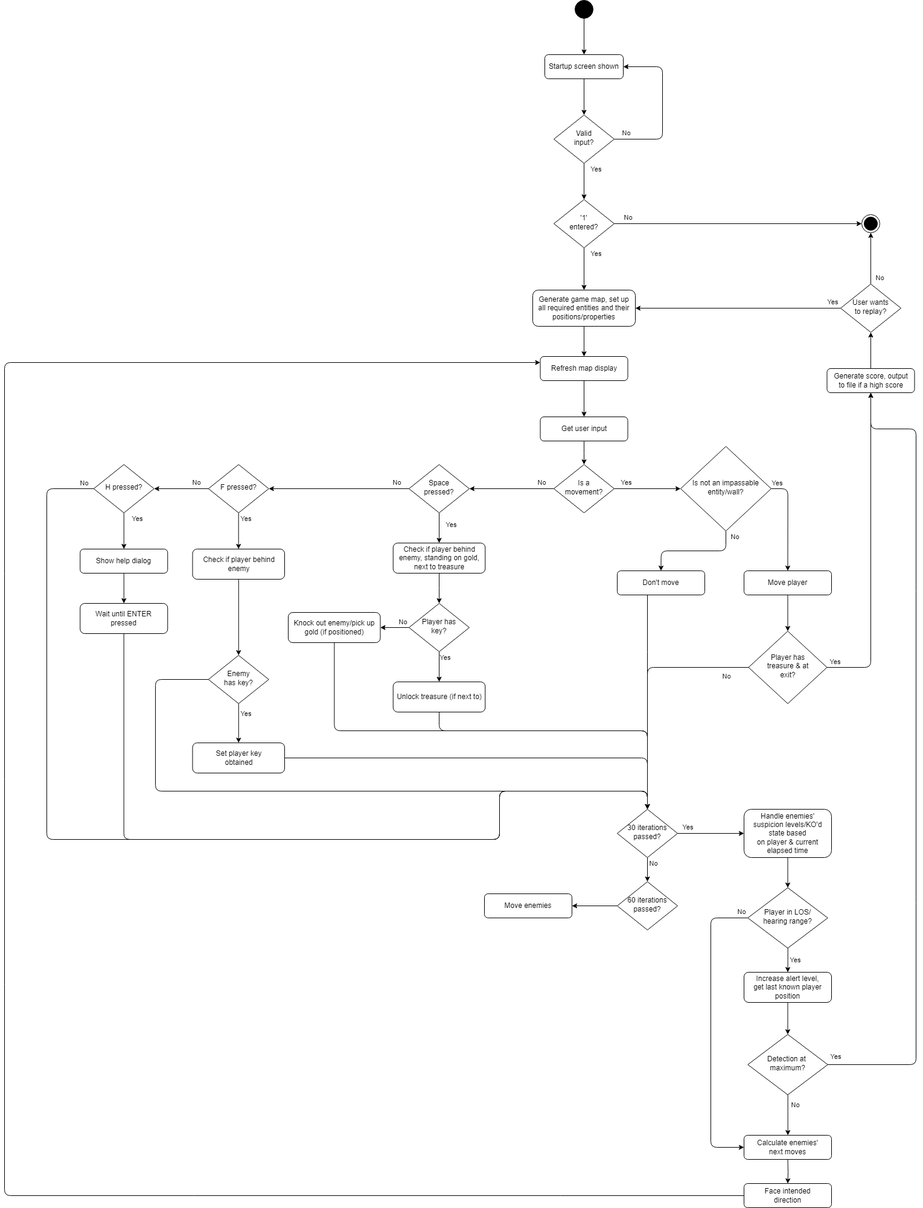
The draw.io diagram media/Flow Chart.png in tcollyer1/cmd-stealth-game, before a commit. Source tidied: cells renumbered, new cells last; positions are measured from the earlier drawing's top-left corner, leaving out a move shared by most shapes.
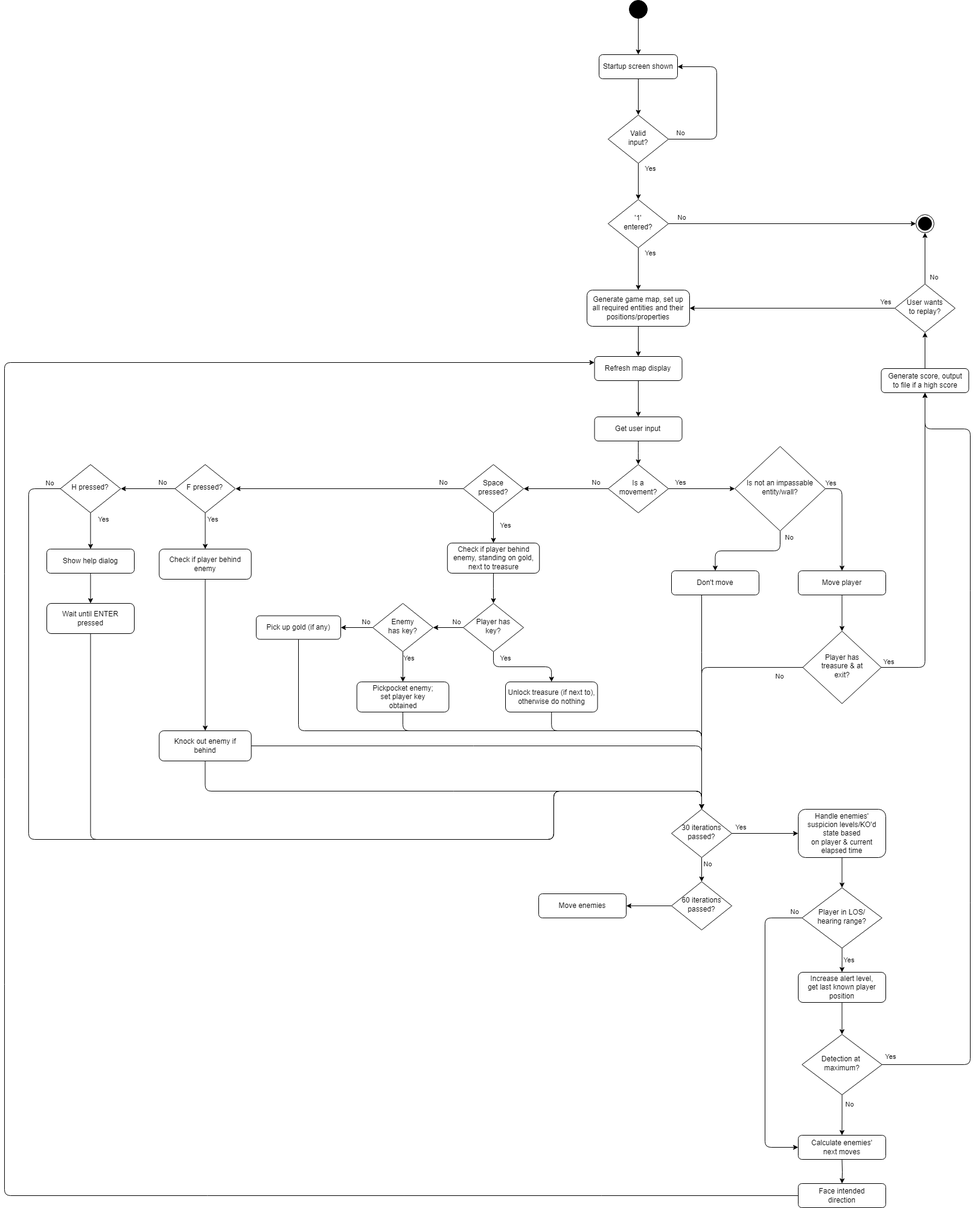
The same file after the commit.

Commit message:
Fixed error in flow chart

The edit, as a diff of the source:
```diff
@@ -93,8 +93,8 @@
     <mxCell id="29" style="edgeStyle=orthogonalEdgeStyle;rounded=1;jettySize=auto;html=1;entryX=0;entryY=0.25;entryDx=0;entryDy=0;" parent="1" edge="1" source="30" target="16">
       <mxGeometry relative="1" as="geometry">
         <Array as="points">
-          <mxPoint y="1980" />
-          <mxPoint y="600" />
+          <mxPoint x="-90" y="1980" />
+          <mxPoint x="-90" y="600" />
         </Array>
       </mxGeometry>
     </mxCell>
@@ -137,8 +137,8 @@
     <mxCell id="42" value="Yes" style="edgeStyle=orthogonalEdgeStyle;rounded=0;jettySize=auto;html=1;exitX=0.5;exitY=1;exitDx=0;exitDy=0;" parent="1" edge="1" source="44" target="51">
       <mxGeometry x="-0.63" y="12" relative="1" as="geometry">
         <Array as="points">
-          <mxPoint x="388" y="860" />
-          <mxPoint x="388" y="860" />
+          <mxPoint x="242.8" y="860" />
+          <mxPoint x="242.8" y="860" />
         </Array>
       </mxGeometry>
     </mxCell>
@@ -146,16 +146,16 @@
       <mxGeometry x="-0.56" y="-10" relative="1" as="geometry" />
     </mxCell>
     <mxCell id="44" value="F pressed?" style="rhombus;whiteSpace=wrap;html=1;shadow=0;fontFamily=Helvetica;fontSize=12;align=center;strokeWidth=1;spacing=6;spacingTop=-4;" parent="1" vertex="1">
-      <mxGeometry x="337.8" y="769" width="100" height="80" as="geometry" />
+      <mxGeometry x="192.5" y="769" width="100" height="80" as="geometry" />
     </mxCell>
     <mxCell id="45" value="Yes" style="edgeStyle=orthogonalEdgeStyle;rounded=0;jettySize=auto;html=1;entryX=0.5;entryY=0;entryDx=0;entryDy=0;" parent="1" edge="1" source="47" target="49">
       <mxGeometry x="-0.63" y="22" relative="1" as="geometry" />
     </mxCell>
-    <mxCell id="46" value="No" style="edgeStyle=orthogonalEdgeStyle;rounded=1;jettySize=auto;html=1;entryX=0.5;entryY=0;entryDx=0;entryDy=0;" parent="1" edge="1" source="47" target="27">
+    <mxCell id="46" value="No" style="edgeStyle=orthogonalEdgeStyle;rounded=1;jettySize=auto;html=1;entryX=0.5;entryY=0;entryDx=0;entryDy=0;exitX=0;exitY=0.5;exitDx=0;exitDy=0;" parent="1" edge="1" source="47" target="27">
       <mxGeometry x="-0.98" y="-9" relative="1" as="geometry">
         <Array as="points">
-          <mxPoint x="70" y="809" />
-          <mxPoint x="70" y="1390" />
+          <mxPoint x="-50" y="809" />
+          <mxPoint x="-50" y="1390" />
           <mxPoint x="820" y="1390" />
           <mxPoint x="820" y="1310" />
           <mxPoint x="1065" y="1310" />
@@ -164,39 +164,24 @@
       </mxGeometry>
     </mxCell>
     <mxCell id="47" value="H pressed?" style="rhombus;whiteSpace=wrap;html=1;shadow=0;fontFamily=Helvetica;fontSize=12;align=center;strokeWidth=1;spacing=6;spacingTop=-4;" parent="1" vertex="1">
-      <mxGeometry x="147.8" y="769" width="100" height="80" as="geometry" />
+      <mxGeometry x="2.5" y="769" width="100" height="80" as="geometry" />
     </mxCell>
     <mxCell id="48" style="edgeStyle=orthogonalEdgeStyle;rounded=0;jettySize=auto;html=1;entryX=0.5;entryY=0;entryDx=0;entryDy=0;" parent="1" edge="1" source="49" target="56">
       <mxGeometry relative="1" as="geometry" />
     </mxCell>
     <mxCell id="49" value="Show help dialog" style="rounded=1;whiteSpace=wrap;html=1;fontSize=12;glass=0;strokeWidth=1;shadow=0;" parent="1" vertex="1">
-      <mxGeometry x="125.2" y="909" width="145" height="40" as="geometry" />
+      <mxGeometry x="-20" y="909" width="145" height="40" as="geometry" />
     </mxCell>
-    <mxCell id="50" style="edgeStyle=orthogonalEdgeStyle;rounded=0;jettySize=auto;html=1;exitX=0.5;exitY=1;exitDx=0;exitDy=0;entryX=0.5;entryY=0;entryDx=0;entryDy=0;" parent="1" edge="1" source="51" target="54">
+    <mxCell id="50" style="edgeStyle=orthogonalEdgeStyle;rounded=0;jettySize=auto;html=1;exitX=0.5;exitY=1;exitDx=0;exitDy=0;entryX=0.5;entryY=0;entryDx=0;entryDy=0;" parent="1" edge="1" source="51" target="78">
       <mxGeometry relative="1" as="geometry" />
     </mxCell>
     <mxCell id="51" value="Check if player behind&lt;br&gt;enemy" style="rounded=1;whiteSpace=wrap;html=1;fontSize=12;glass=0;strokeWidth=1;shadow=0;" parent="1" vertex="1">
-      <mxGeometry x="311.5" y="909" width="152.5" height="50" as="geometry" />
+      <mxGeometry x="166.2" y="909" width="152.5" height="50" as="geometry" />
     </mxCell>
-    <mxCell id="52" value="Yes" style="edgeStyle=orthogonalEdgeStyle;rounded=0;jettySize=auto;html=1;entryX=0.5;entryY=0;entryDx=0;entryDy=0;" parent="1" edge="1" source="54" target="78">
-      <mxGeometry x="-0.54" y="12" relative="1" as="geometry" />
-    </mxCell>
-    <mxCell id="53" style="edgeStyle=orthogonalEdgeStyle;rounded=1;jettySize=auto;html=1;entryX=0.5;entryY=0;entryDx=0;entryDy=0;" parent="1" edge="1" source="54" target="27">
-      <mxGeometry relative="1" as="geometry">
-        <Array as="points">
-          <mxPoint x="250" y="1125" />
-          <mxPoint x="250" y="1310" />
-          <mxPoint x="1065" y="1310" />
-        </Array>
-      </mxGeometry>
-    </mxCell>
-    <mxCell id="54" value="Enemy&lt;br&gt;has key?" style="rhombus;whiteSpace=wrap;html=1;shadow=0;fontFamily=Helvetica;fontSize=12;align=center;strokeWidth=1;spacing=6;spacingTop=-4;" parent="1" vertex="1">
-      <mxGeometry x="337.8" y="1085" width="100" height="80" as="geometry" />
-    </mxCell>
-    <mxCell id="55" style="edgeStyle=orthogonalEdgeStyle;rounded=1;jettySize=auto;html=1;entryX=0.5;entryY=0;entryDx=0;entryDy=0;" parent="1" edge="1" source="56" target="27">
+    <mxCell id="55" style="edgeStyle=orthogonalEdgeStyle;rounded=1;jettySize=auto;html=1;entryX=0.5;entryY=0;entryDx=0;entryDy=0;exitX=0.5;exitY=1;exitDx=0;exitDy=0;" parent="1" edge="1" source="56" target="27">
       <mxGeometry relative="1" as="geometry">
         <Array as="points">
-          <mxPoint x="198" y="1390" />
+          <mxPoint x="53" y="1390" />
           <mxPoint x="820" y="1390" />
           <mxPoint x="820" y="1310" />
           <mxPoint x="1065" y="1310" />
@@ -204,29 +189,18 @@
       </mxGeometry>
     </mxCell>
     <mxCell id="56" value="Wait until ENTER&lt;br&gt;pressed" style="rounded=1;whiteSpace=wrap;html=1;fontSize=12;glass=0;strokeWidth=1;shadow=0;" parent="1" vertex="1">
-      <mxGeometry x="125.2" y="999" width="145" height="50" as="geometry" />
+      <mxGeometry x="-20" y="999" width="145" height="50" as="geometry" />
     </mxCell>
-    <mxCell id="57" style="edgeStyle=orthogonalEdgeStyle;rounded=1;jettySize=auto;html=1;entryX=0.5;entryY=0;entryDx=0;entryDy=0;" parent="1" edge="1" source="58" target="27">
-      <mxGeometry relative="1" as="geometry">
-        <Array as="points">
-          <mxPoint x="546" y="1210" />
-          <mxPoint x="1065" y="1210" />
-        </Array>
-      </mxGeometry>
-    </mxCell>
-    <mxCell id="58" value="Knock out enemy/pick up&lt;br&gt;gold (if positioned)" style="rounded=1;whiteSpace=wrap;html=1;fontSize=12;glass=0;strokeWidth=1;shadow=0;" parent="1" vertex="1">
-      <mxGeometry x="470" y="1014" width="152.5" height="50" as="geometry" />
-    </mxCell>
     <mxCell id="59" style="edgeStyle=orthogonalEdgeStyle;rounded=0;jettySize=auto;html=1;entryX=0.5;entryY=0;entryDx=0;entryDy=0;" parent="1" edge="1" source="60" target="63">
       <mxGeometry relative="1" as="geometry" />
     </mxCell>
     <mxCell id="60" value="Check if player behind&lt;br&gt;enemy, standing on gold,&lt;br&gt;next to treasure" style="rounded=1;whiteSpace=wrap;html=1;fontSize=12;glass=0;strokeWidth=1;shadow=0;" parent="1" vertex="1">
       <mxGeometry x="643.8" y="899" width="152.5" height="50" as="geometry" />
     </mxCell>
-    <mxCell id="61" value="Yes" style="edgeStyle=orthogonalEdgeStyle;rounded=0;jettySize=auto;html=1;exitX=0.5;exitY=1;exitDx=0;exitDy=0;entryX=0.5;entryY=0;entryDx=0;entryDy=0;" parent="1" edge="1" source="63" target="65">
-      <mxGeometry x="-0.56" y="10" relative="1" as="geometry" />
+    <mxCell id="61" value="Yes" style="edgeStyle=orthogonalEdgeStyle;rounded=1;jettySize=auto;html=1;exitX=0.5;exitY=1;exitDx=0;exitDy=0;entryX=0.5;entryY=0;entryDx=0;entryDy=0;" parent="1" edge="1" source="63" target="65">
+      <mxGeometry x="-0.38" y="14" relative="1" as="geometry" />
     </mxCell>
-    <mxCell id="62" value="No" style="edgeStyle=orthogonalEdgeStyle;rounded=0;jettySize=auto;html=1;entryX=1;entryY=0.5;entryDx=0;entryDy=0;" parent="1" edge="1" source="63" target="58">
+    <mxCell id="62" value="No" style="edgeStyle=orthogonalEdgeStyle;rounded=0;jettySize=auto;html=1;entryX=1;entryY=0.5;entryDx=0;entryDy=0;" parent="1" edge="1" source="63" target="54">
       <mxGeometry x="-0.58" y="-9" relative="1" as="geometry" />
     </mxCell>
     <mxCell id="63" value="Player has&lt;br&gt;key?" style="rhombus;whiteSpace=wrap;html=1;shadow=0;fontFamily=Helvetica;fontSize=12;align=center;strokeWidth=1;spacing=6;spacingTop=-4;" parent="1" vertex="1">
@@ -235,13 +209,13 @@
     <mxCell id="64" style="edgeStyle=orthogonalEdgeStyle;rounded=1;jettySize=auto;html=1;entryX=0.5;entryY=0;entryDx=0;entryDy=0;exitX=0.5;exitY=1;exitDx=0;exitDy=0;" parent="1" edge="1" source="65" target="27">
       <mxGeometry relative="1" as="geometry">
         <Array as="points">
-          <mxPoint x="720" y="1210" />
+          <mxPoint x="816" y="1210" />
           <mxPoint x="1065" y="1210" />
         </Array>
       </mxGeometry>
     </mxCell>
-    <mxCell id="65" value="Unlock treasure (if next to)" style="rounded=1;whiteSpace=wrap;html=1;fontSize=12;glass=0;strokeWidth=1;shadow=0;" parent="1" vertex="1">
-      <mxGeometry x="643.8" y="1129" width="152.5" height="50" as="geometry" />
+    <mxCell id="65" value="Unlock treasure (if next to),&lt;br&gt;otherwise do nothing" style="rounded=1;whiteSpace=wrap;html=1;fontSize=12;glass=0;strokeWidth=1;shadow=0;" parent="1" vertex="1">
+      <mxGeometry x="740" y="1129" width="152.5" height="50" as="geometry" />
     </mxCell>
     <mxCell id="66" value="Yes" style="edgeStyle=orthogonalEdgeStyle;rounded=1;jettySize=auto;html=1;entryX=0.5;entryY=1;entryDx=0;entryDy=0;exitX=1;exitY=0.5;exitDx=0;exitDy=0;" parent="1" edge="1" source="68" target="85">
       <mxGeometry x="-0.95" y="9" relative="1" as="geometry" />
@@ -291,8 +265,16 @@
     <mxCell id="77" style="edgeStyle=orthogonalEdgeStyle;rounded=1;jettySize=auto;html=1;entryX=0.5;entryY=0;entryDx=0;entryDy=0;" parent="1" edge="1" source="78" target="27">
       <mxGeometry relative="1" as="geometry" />
     </mxCell>
+    <mxCell id="86" style="edgeStyle=orthogonalEdgeStyle;rounded=1;jettySize=auto;html=1;entryX=0.5;entryY=0;entryDx=0;entryDy=0;" parent="1" edge="1" source="78" target="27">
+      <mxGeometry relative="1" as="geometry">
+        <Array as="points">
+          <mxPoint x="243" y="1310" />
+          <mxPoint x="1065" y="1310" />
+        </Array>
+      </mxGeometry>
+    </mxCell>
-    <mxCell id="78" value="Set player key&lt;br&gt;obtained" style="rounded=1;whiteSpace=wrap;html=1;fontSize=12;glass=0;strokeWidth=1;shadow=0;" parent="1" vertex="1">
-      <mxGeometry x="311.5" y="1230" width="152.5" height="50" as="geometry" />
+    <mxCell id="78" value="Knock out enemy if&lt;br&gt;behind" style="rounded=1;whiteSpace=wrap;html=1;fontSize=12;glass=0;strokeWidth=1;shadow=0;" parent="1" vertex="1">
+      <mxGeometry x="166.2" y="1210" width="152.5" height="50" as="geometry" />
     </mxCell>
     <mxCell id="79" style="edgeStyle=orthogonalEdgeStyle;rounded=0;jettySize=auto;html=1;entryX=0.5;entryY=0;entryDx=0;entryDy=0;" parent="1" edge="1" source="80" target="27">
       <mxGeometry relative="1" as="geometry">
@@ -320,5 +302,36 @@
     <mxCell id="85" value="Generate score, output&lt;br&gt;to file if a high score" style="rounded=1;whiteSpace=wrap;html=1;fontSize=12;glass=0;strokeWidth=1;shadow=0;" parent="1" vertex="1">
       <mxGeometry x="1362.5" y="610" width="145" height="40" as="geometry" />
     </mxCell>
+    <mxCell id="87" style="edgeStyle=orthogonalEdgeStyle;rounded=1;jettySize=auto;html=1;entryX=0.5;entryY=0;entryDx=0;entryDy=0;" parent="1" edge="1" source="88" target="27">
+      <mxGeometry relative="1" as="geometry">
+        <Array as="points">
+          <mxPoint x="397" y="1210" />
+          <mxPoint x="1065" y="1210" />
+        </Array>
+      </mxGeometry>
+    </mxCell>
+    <mxCell id="88" value="Pick up gold (if any)" style="rounded=1;whiteSpace=wrap;html=1;fontSize=12;glass=0;strokeWidth=1;shadow=0;" parent="1" vertex="1">
+      <mxGeometry x="327" y="1019.5" width="140" height="39" as="geometry" />
+    </mxCell>
+    <mxCell id="52" value="Yes" style="edgeStyle=orthogonalEdgeStyle;rounded=0;jettySize=auto;html=1;entryX=0.5;entryY=0;entryDx=0;entryDy=0;" parent="1" edge="1" source="54" target="91">
+      <mxGeometry x="-0.56" y="10" relative="1" as="geometry" />
+    </mxCell>
+    <mxCell id="89" value="No" style="edgeStyle=orthogonalEdgeStyle;rounded=0;jettySize=auto;html=1;entryX=1;entryY=0.5;entryDx=0;entryDy=0;" parent="1" edge="1" source="54" target="88">
+      <mxGeometry x="-0.62" y="-9" relative="1" as="geometry" />
+    </mxCell>
+    <mxCell id="54" value="Enemy&lt;br&gt;has key?" style="rhombus;whiteSpace=wrap;html=1;shadow=0;fontFamily=Helvetica;fontSize=12;align=center;strokeWidth=1;spacing=6;spacingTop=-4;" parent="1" vertex="1">
+      <mxGeometry x="520" y="999" width="100" height="80" as="geometry" />
+    </mxCell>
+    <mxCell id="90" style="edgeStyle=orthogonalEdgeStyle;rounded=1;jettySize=auto;html=1;entryX=0.5;entryY=0;entryDx=0;entryDy=0;" parent="1" edge="1" source="91" target="27">
+      <mxGeometry relative="1" as="geometry">
+        <Array as="points">
+          <mxPoint x="570" y="1210" />
+          <mxPoint x="1065" y="1210" />
+        </Array>
+      </mxGeometry>
+    </mxCell>
+    <mxCell id="91" value="Pickpocket enemy; &lt;br&gt;set player key&lt;br&gt;obtained" style="rounded=1;whiteSpace=wrap;html=1;fontSize=12;glass=0;strokeWidth=1;shadow=0;" parent="1" vertex="1">
+      <mxGeometry x="493.8" y="1129" width="152.5" height="50" as="geometry" />
+    </mxCell>
   </root>
 </mxGraphModel>
```
